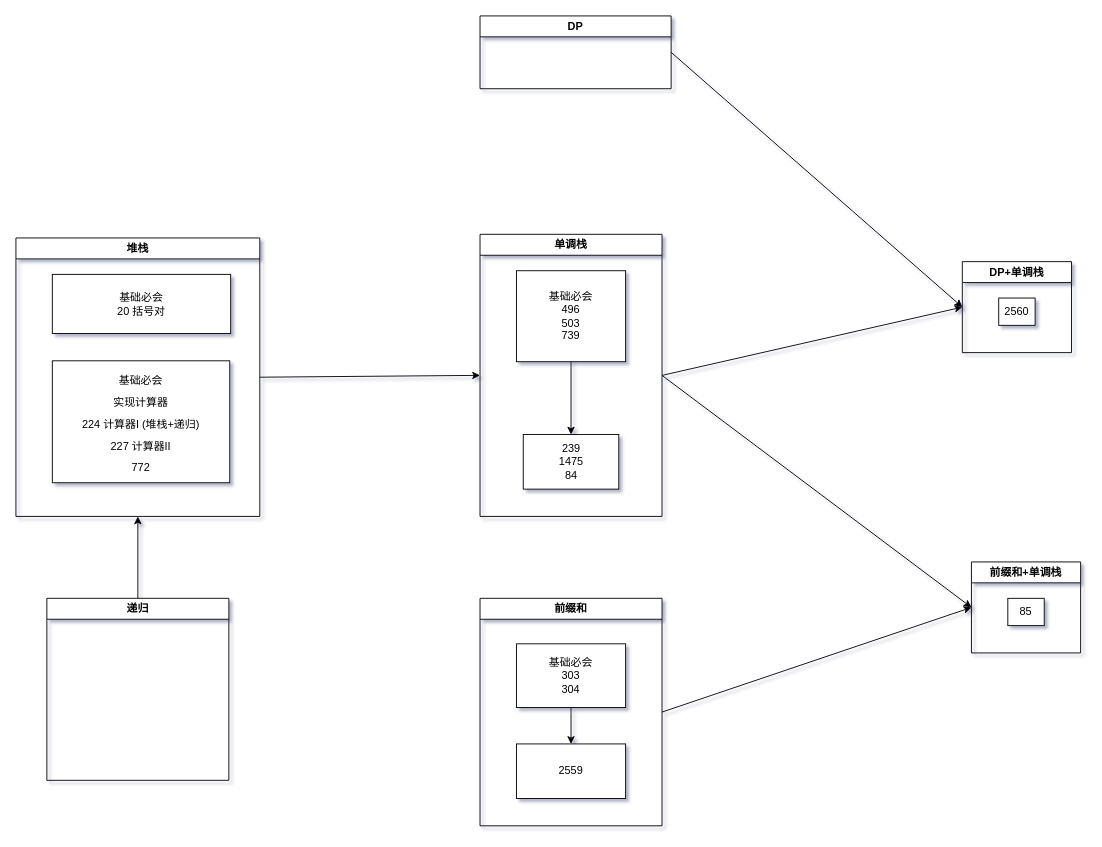
jssonx/algo-playground keeps this draw.io diagram as 按图索骥.drawio. Above is the earlier version. Source tidied: cells renumbered, new cells numbered last; positions are measured from the earlier drawing's top-left corner, leaving out a move shared by most shapes. Both pictures are drawn from the tidied source at 91%, with x=0, y=0 at pixel (15, 15).
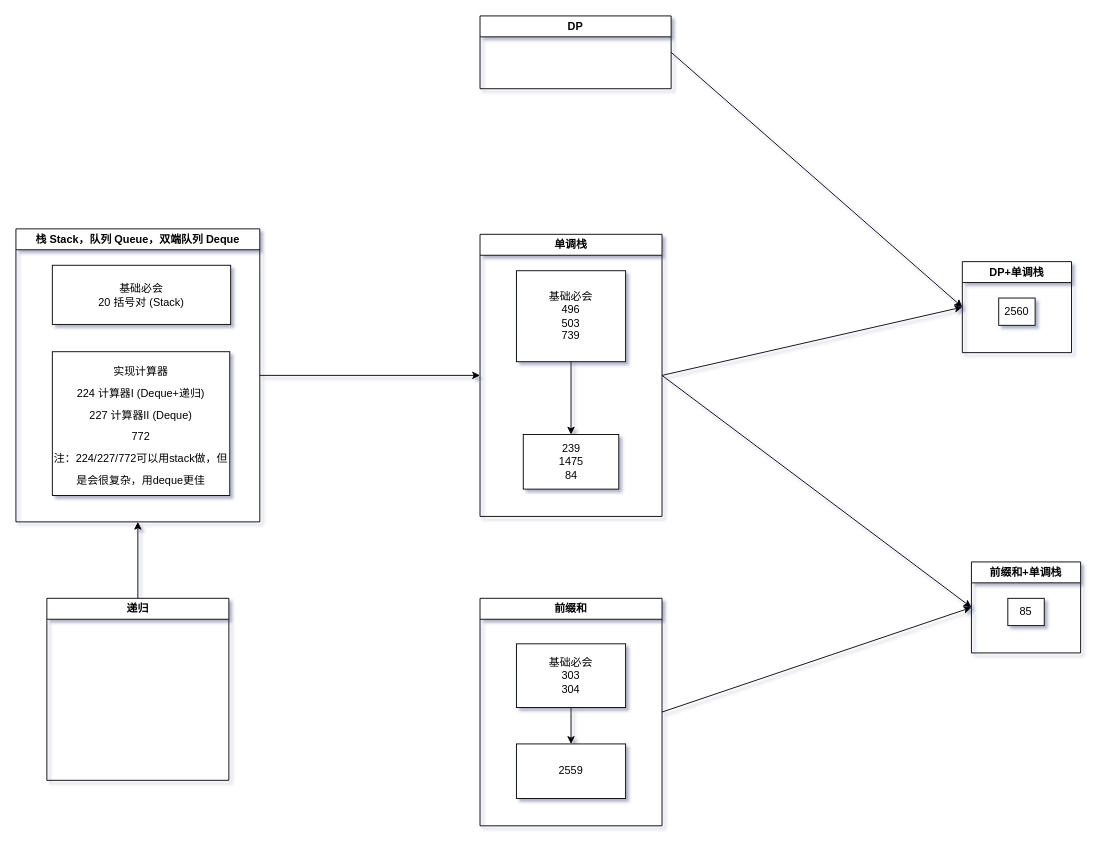
After the change.

What changed in the source:
```diff
@@
-    <mxCell id="20" value="堆栈" style="swimlane;whiteSpace=wrap;html=1;rounded=0;" parent="1" vertex="1">
-      <mxGeometry y="244" width="268" height="306" as="geometry" />
+    <mxCell id="20" value="栈 Stack，队列 Queue，双端队列 Deque" style="swimlane;whiteSpace=wrap;html=1;rounded=0;" parent="1" vertex="1">
+      <mxGeometry y="234" width="268" height="322" as="geometry" />
     </mxCell>
-    <mxCell id="21" value="基础必会&lt;br&gt;20 括号对" style="whiteSpace=wrap;html=1;rounded=0;" parent="20" vertex="1">
+    <mxCell id="21" value="基础必会&lt;br&gt;20 括号对 (Stack)" style="whiteSpace=wrap;html=1;rounded=0;" parent="20" vertex="1">
       <mxGeometry x="40" y="40" width="196" height="65" as="geometry" />
     </mxCell>
-    <mxCell id="22" value="&lt;font style=&quot;font-size: 12px;&quot;&gt;&lt;font face=&quot;Helvetica&quot;&gt;基础必会&lt;br&gt;实现计算器&lt;br&gt;224 计算器I (堆栈+递归)&lt;br&gt;227 计算器II&lt;br&gt;772&lt;/font&gt;&lt;br&gt;&lt;/font&gt;" style="whiteSpace=wrap;html=1;hachureGap=4;fontFamily=Architects Daughter;fontSize=20;" parent="20" vertex="1">
-      <mxGeometry x="40" y="135" width="195" height="134" as="geometry" />
+    <mxCell id="22" value="&lt;font style=&quot;font-size: 12px;&quot;&gt;&lt;font face=&quot;Helvetica&quot;&gt;实现计算器&lt;br&gt;224 计算器I (Deque+递归)&lt;br&gt;227 计算器II (Deque)&lt;br&gt;772&lt;br&gt;注：224/227/772可以用stack做，但是会很复杂，用deque更佳&lt;/font&gt;&lt;br&gt;&lt;/font&gt;" style="whiteSpace=wrap;html=1;hachureGap=4;fontFamily=Architects Daughter;fontSize=20;" parent="20" vertex="1">
+      <mxGeometry x="40" y="135" width="195" height="158" as="geometry" />
     </mxCell>
```
